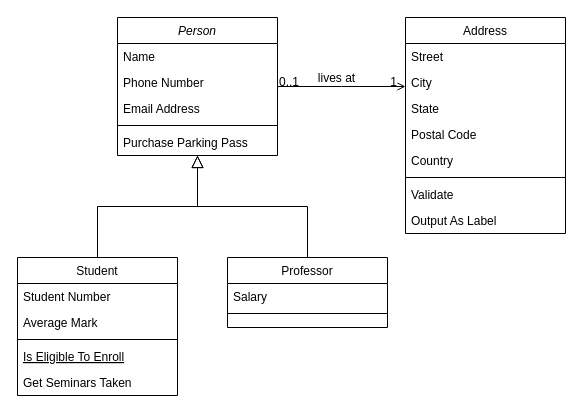
Earlier version of the draw.io diagram CLASS-DIA.drawio (WulanMaulina/jobsheet). Source tidied: cells renumbered, new cells numbered last; positions are measured from the earlier drawing's top-left corner, leaving out a move shared by most shapes. Both pictures are drawn from the tidied source at 100%, with x=0, y=0 at pixel (17, 17).
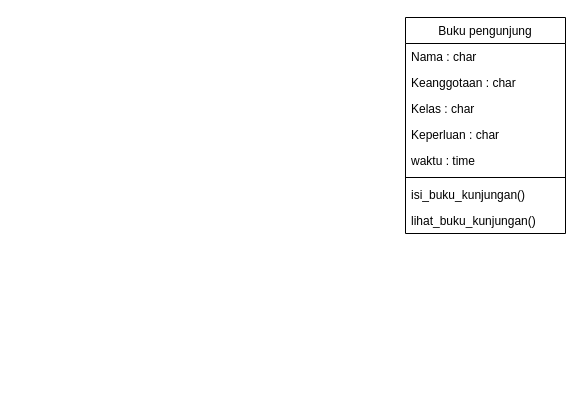
After the change.

What changed in the source:
```diff
@@
-    <mxCell id="2" value="Person" style="swimlane;fontStyle=2;align=center;verticalAlign=top;horizontal=1;startSize=26;rounded=0;shadow=0;strokeWidth=1;" parent="1" vertex="1">
-      <mxGeometry x="100" width="160" height="138" as="geometry" />
-    </mxCell>
-    <mxCell id="3" value="Name" style="text;align=left;verticalAlign=top;spacingLeft=4;spacingRight=4;overflow=hidden;" parent="2" vertex="1">
-      <mxGeometry y="26" width="160" height="26" as="geometry" />
-    </mxCell>
-    <mxCell id="4" value="Phone Number" style="text;align=left;verticalAlign=top;spacingLeft=4;spacingRight=4;overflow=hidden;rounded=0;shadow=0;html=0;" parent="2" vertex="1">
-      <mxGeometry y="52" width="160" height="26" as="geometry" />
-    </mxCell>
-    <mxCell id="5" value="Email Address" style="text;align=left;verticalAlign=top;spacingLeft=4;spacingRight=4;overflow=hidden;rounded=0;shadow=0;html=0;" parent="2" vertex="1">
-      <mxGeometry y="78" width="160" height="26" as="geometry" />
-    </mxCell>
-    <mxCell id="6" style="line;html=1;strokeWidth=1;align=left;verticalAlign=middle;spacingTop=-1;spacingLeft=3;spacingRight=3;labelPosition=right;" parent="2" vertex="1">
-      <mxGeometry y="104" width="160" height="8" as="geometry" />
-    </mxCell>
-    <mxCell id="7" value="Purchase Parking Pass" style="text;align=left;verticalAlign=top;spacingLeft=4;spacingRight=4;overflow=hidden;" parent="2" vertex="1">
-      <mxGeometry y="112" width="160" height="26" as="geometry" />
-    </mxCell>
-    <mxCell id="8" value="Student" style="swimlane;fontStyle=0;align=center;verticalAlign=top;horizontal=1;startSize=26;rounded=0;shadow=0;strokeWidth=1;" parent="1" vertex="1">
-      <mxGeometry y="240" width="160" height="138" as="geometry" />
-    </mxCell>
-    <mxCell id="9" value="Student Number" style="text;align=left;verticalAlign=top;spacingLeft=4;spacingRight=4;overflow=hidden;" parent="8" vertex="1">
-      <mxGeometry y="26" width="160" height="26" as="geometry" />
-    </mxCell>
-    <mxCell id="10" value="Average Mark" style="text;align=left;verticalAlign=top;spacingLeft=4;spacingRight=4;overflow=hidden;rounded=0;shadow=0;html=0;" parent="8" vertex="1">
-      <mxGeometry y="52" width="160" height="26" as="geometry" />
-    </mxCell>
-    <mxCell id="11" style="line;html=1;strokeWidth=1;align=left;verticalAlign=middle;spacingTop=-1;spacingLeft=3;spacingRight=3;labelPosition=right;" parent="8" vertex="1">
-      <mxGeometry y="78" width="160" height="8" as="geometry" />
-    </mxCell>
-    <mxCell id="12" value="Is Eligible To Enroll" style="text;align=left;verticalAlign=top;spacingLeft=4;spacingRight=4;overflow=hidden;fontStyle=4;" parent="8" vertex="1">
-      <mxGeometry y="86" width="160" height="26" as="geometry" />
-    </mxCell>
-    <mxCell id="13" value="Get Seminars Taken" style="text;align=left;verticalAlign=top;spacingLeft=4;spacingRight=4;overflow=hidden;" parent="8" vertex="1">
-      <mxGeometry y="112" width="160" height="26" as="geometry" />
-    </mxCell>
-    <mxCell id="14" style="endArrow=block;endSize=10;endFill=0;shadow=0;strokeWidth=1;rounded=0;edgeStyle=elbowEdgeStyle;elbow=vertical;" parent="1" edge="1" source="8" target="2">
-      <mxGeometry relative="1" as="geometry" />
-    </mxCell>
-    <mxCell id="15" value="Professor" style="swimlane;fontStyle=0;align=center;verticalAlign=top;horizontal=1;startSize=26;rounded=0;shadow=0;strokeWidth=1;" parent="1" vertex="1">
-      <mxGeometry x="210" y="240" width="160" height="70" as="geometry" />
-    </mxCell>
-    <mxCell id="16" value="Salary" style="text;align=left;verticalAlign=top;spacingLeft=4;spacingRight=4;overflow=hidden;" parent="15" vertex="1">
-      <mxGeometry y="26" width="160" height="26" as="geometry" />
-    </mxCell>
-    <mxCell id="17" style="line;html=1;strokeWidth=1;align=left;verticalAlign=middle;spacingTop=-1;spacingLeft=3;spacingRight=3;labelPosition=right;" parent="15" vertex="1">
-      <mxGeometry y="52" width="160" height="8" as="geometry" />
-    </mxCell>
-    <mxCell id="18" style="endArrow=block;endSize=10;endFill=0;shadow=0;strokeWidth=1;rounded=0;edgeStyle=elbowEdgeStyle;elbow=vertical;" parent="1" edge="1" source="15" target="2">
-      <mxGeometry relative="1" as="geometry" />
-    </mxCell>
-    <mxCell id="19" value="Address" style="swimlane;fontStyle=0;align=center;verticalAlign=top;horizontal=1;startSize=26;rounded=0;shadow=0;strokeWidth=1;" parent="1" vertex="1">
+    <mxCell id="19" value="Buku pengunjung" style="swimlane;fontStyle=0;align=center;verticalAlign=top;horizontal=1;startSize=26;rounded=0;shadow=0;strokeWidth=1;" parent="1" vertex="1">
       <mxGeometry x="388" width="160" height="216" as="geometry" />
     </mxCell>
-    <mxCell id="20" value="Street" style="text;align=left;verticalAlign=top;spacingLeft=4;spacingRight=4;overflow=hidden;" parent="19" vertex="1">
+    <mxCell id="20" value="Nama : char" style="text;align=left;verticalAlign=top;spacingLeft=4;spacingRight=4;overflow=hidden;" parent="19" vertex="1">
       <mxGeometry y="26" width="160" height="26" as="geometry" />
     </mxCell>
-    <mxCell id="21" value="City" style="text;align=left;verticalAlign=top;spacingLeft=4;spacingRight=4;overflow=hidden;rounded=0;shadow=0;html=0;" parent="19" vertex="1">
+    <mxCell id="21" value="Keanggotaan : char" style="text;align=left;verticalAlign=top;spacingLeft=4;spacingRight=4;overflow=hidden;rounded=0;shadow=0;html=0;" parent="19" vertex="1">
       <mxGeometry y="52" width="160" height="26" as="geometry" />
     </mxCell>
-    <mxCell id="22" value="State" style="text;align=left;verticalAlign=top;spacingLeft=4;spacingRight=4;overflow=hidden;rounded=0;shadow=0;html=0;" parent="19" vertex="1">
+    <mxCell id="22" value="Kelas : char" style="text;align=left;verticalAlign=top;spacingLeft=4;spacingRight=4;overflow=hidden;rounded=0;shadow=0;html=0;" parent="19" vertex="1">
       <mxGeometry y="78" width="160" height="26" as="geometry" />
     </mxCell>
-    <mxCell id="23" value="Postal Code" style="text;align=left;verticalAlign=top;spacingLeft=4;spacingRight=4;overflow=hidden;rounded=0;shadow=0;html=0;" parent="19" vertex="1">
+    <mxCell id="23" value="Keperluan : char" style="text;align=left;verticalAlign=top;spacingLeft=4;spacingRight=4;overflow=hidden;rounded=0;shadow=0;html=0;" parent="19" vertex="1">
       <mxGeometry y="104" width="160" height="26" as="geometry" />
     </mxCell>
-    <mxCell id="24" value="Country" style="text;align=left;verticalAlign=top;spacingLeft=4;spacingRight=4;overflow=hidden;rounded=0;shadow=0;html=0;" parent="19" vertex="1">
+    <mxCell id="24" value="waktu : time" style="text;align=left;verticalAlign=top;spacingLeft=4;spacingRight=4;overflow=hidden;rounded=0;shadow=0;html=0;" parent="19" vertex="1">
       <mxGeometry y="130" width="160" height="26" as="geometry" />
     </mxCell>
@@
+    <mxCell id="27" value="isi_buku_kunjungan()" style="text;align=left;verticalAlign=top;spacingLeft=4;spacingRight=4;overflow=hidden;" parent="19" vertex="1">
+      <mxGeometry y="164" width="160" height="26" as="geometry" />
+    </mxCell>
-    <mxCell id="26" value="Validate" style="text;align=left;verticalAlign=top;spacingLeft=4;spacingRight=4;overflow=hidden;" parent="19" vertex="1">
-      <mxGeometry y="164" width="160" height="26" as="geometry" />
+    <mxCell id="26" value="lihat_buku_kunjungan()" style="text;align=left;verticalAlign=top;spacingLeft=4;spacingRight=4;overflow=hidden;" parent="19" vertex="1">
+      <mxGeometry y="190" width="160" height="26" as="geometry" />
     </mxCell>
-    <mxCell id="27" value="Output As Label" style="text;align=left;verticalAlign=top;spacingLeft=4;spacingRight=4;overflow=hidden;" parent="19" vertex="1">
-      <mxGeometry y="190" width="160" height="26" as="geometry" />
-    </mxCell>
-    <mxCell id="28" style="endArrow=open;shadow=0;strokeWidth=1;rounded=0;endFill=1;edgeStyle=elbowEdgeStyle;elbow=vertical;" parent="1" edge="1" source="2" target="19">
-      <mxGeometry x="0.5" y="41" relative="1" as="geometry">
-        <mxPoint x="-40" y="32" as="offset" />
-      </mxGeometry>
-    </mxCell>
-    <mxCell id="29" value="0..1" style="align=left;verticalAlign=bottom;labelBackgroundColor=none;fontSize=12;" parent="28" vertex="1">
-      <mxGeometry x="-1" relative="1" as="geometry">
-        <mxPoint y="4" as="offset" />
-      </mxGeometry>
-    </mxCell>
-    <mxCell id="30" value="1" style="align=right;verticalAlign=bottom;labelBackgroundColor=none;fontSize=12;" parent="28" vertex="1">
-      <mxGeometry x="1" relative="1" as="geometry">
-        <mxPoint x="-7" y="4" as="offset" />
-      </mxGeometry>
-    </mxCell>
-    <mxCell id="31" value="lives at" style="text;html=1;align=center;verticalAlign=middle;labelBackgroundColor=none;rounded=0;shadow=0;strokeWidth=1;fontSize=12;" parent="28" vertex="1">
-      <mxGeometry x="0.5" y="49" relative="1" as="geometry">
-        <mxPoint x="-38" y="40" as="offset" />
-      </mxGeometry>
-    </mxCell>
```
